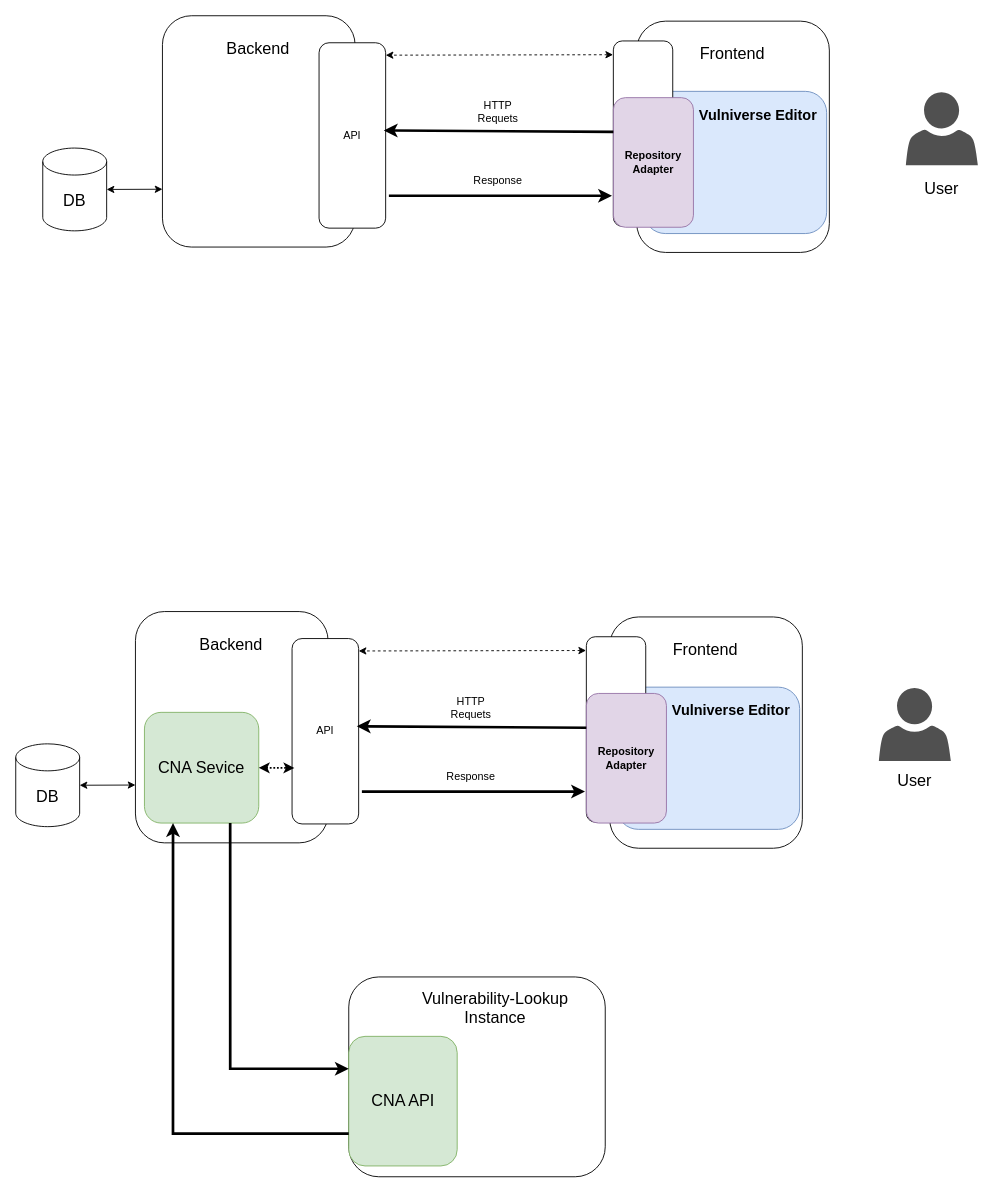
The draw.io diagram docs/docs/images/architecture.drawio in vulnerability-lookup/vulniverse, before the edit. Source tidied: cells renumbered, new cells numbered last; positions are measured from the earlier drawing's top-left corner, leaving out a move shared by most shapes. Both pictures are drawn from the tidied source at 90%, with x=0, y=0 at pixel (15, 15). Pictures stored in the file or linked from it are replaced by grey dashed boxes.
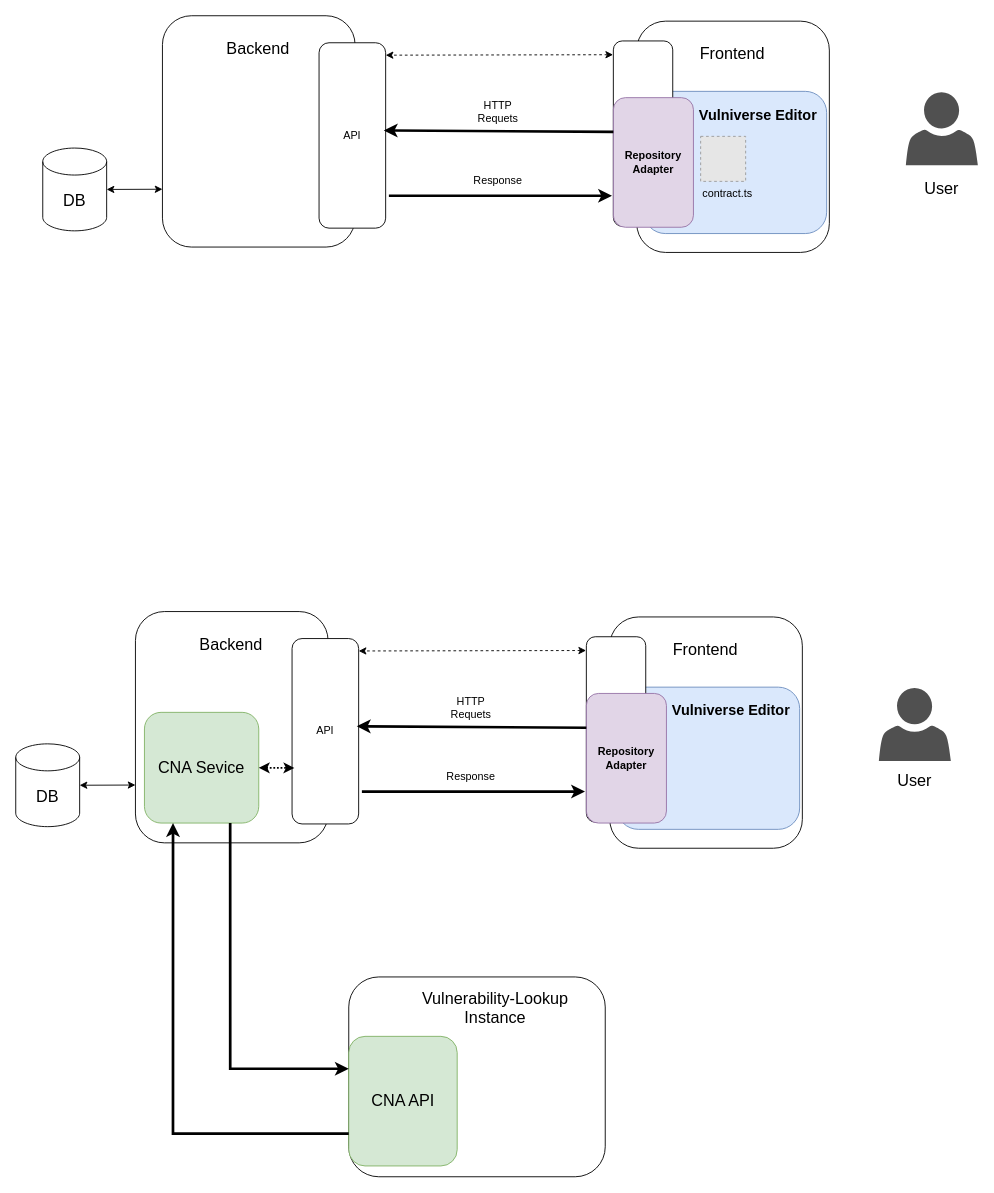
Above is the later version.

Unchanged cells that the change refers to:
```xml
<mxCell id="36" style="group;" parent="30" vertex="1">
  <mxGeometry x="660" y="6" width="214" height="257" as="geometry" />
</mxCell>
```

The edit, as a diff of the source:
```diff
@@
+    <mxCell id="51" value="contract.ts" style="text;html=1;whiteSpace=wrap;strokeColor=none;fillColor=none;align=center;verticalAlign=middle;rounded=0;" parent="36" vertex="1">
+      <mxGeometry x="71" y="177" width="60" height="30" as="geometry" />
+    </mxCell>
+    <mxCell id="52" style="fillColor=#E6E6E6;strokeColor=#999999;dashed=1;html=1;verticalAlign=top;verticalLabelPosition=bottom;labelBackgroundColor=#ffffff;" parent="36" vertex="1">
+      <mxGeometry x="71" y="128" width="50" height="50" as="geometry" />
+    </mxCell>
```
